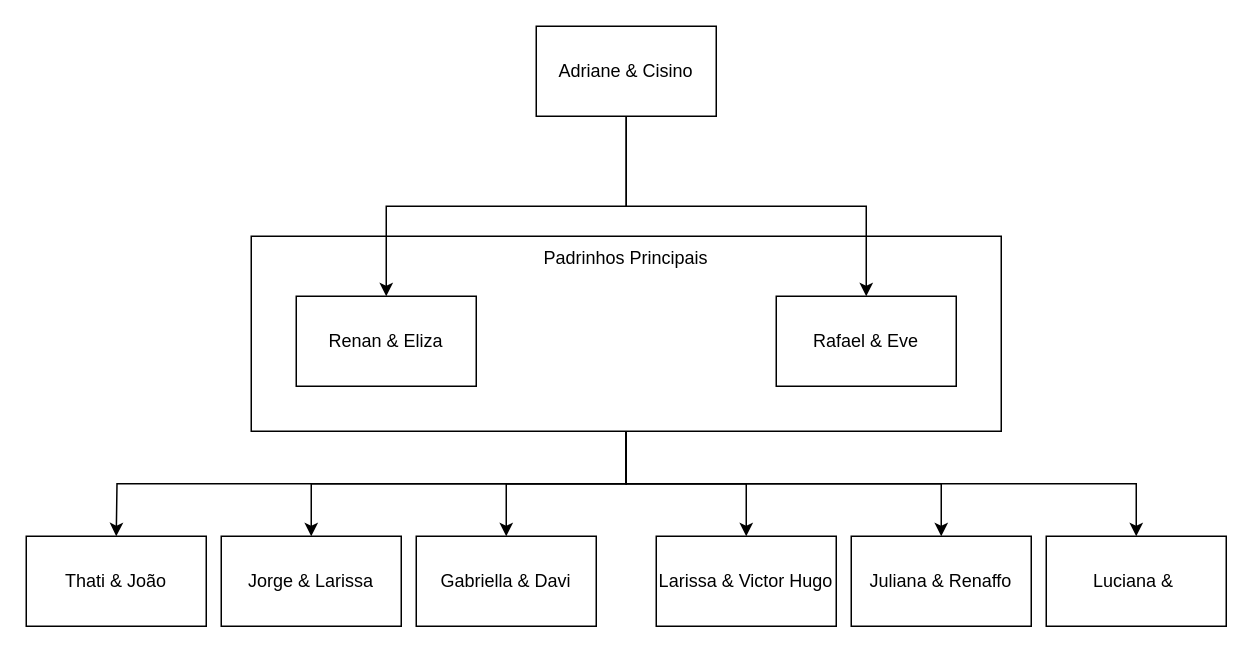
Earlier version of the draw.io diagram organization.drawio (CisinoJr/our-wedding). Source tidied: cells renumbered, new cells numbered last; positions are measured from the earlier drawing's top-left corner, leaving out a move shared by most shapes. Both pictures are drawn from the tidied source at 150%, with x=0, y=0 at pixel (26, 26).
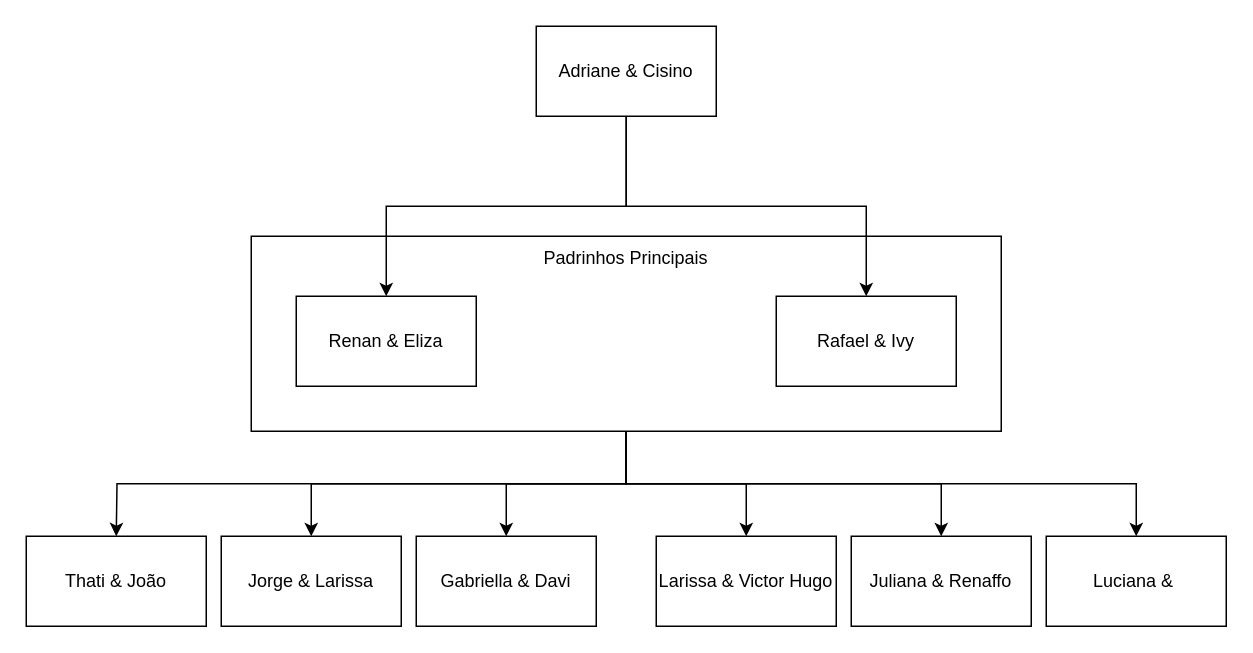
The same diagram, later.

Commit message:
Fix Ivy name in organization.drawio

Change to the diagram source:
```diff
@@
-    <mxCell id="13" value="Rafael &amp;amp; Eve" style="whiteSpace=wrap;html=1;rounded=0;" parent="1" vertex="1">
+    <mxCell id="13" value="Rafael &amp;amp; Ivy" style="whiteSpace=wrap;html=1;rounded=0;" parent="1" vertex="1">
       <mxGeometry x="500" y="180" width="120" height="60" as="geometry" />
     </mxCell>
```
